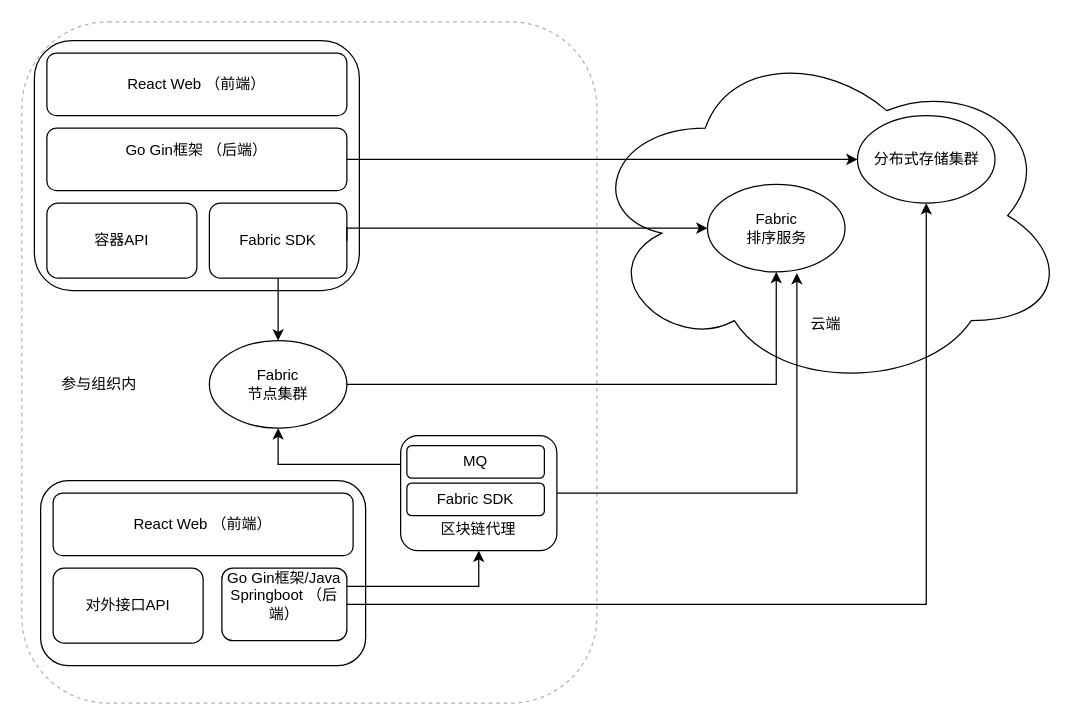
Earlier version of the draw.io diagram repository/drawio/Untitled Diagram.drawio (dilide/collections). Source tidied: cells renumbered, new cells numbered last; positions are measured from the earlier drawing's top-left corner, leaving out a move shared by most shapes. Both pictures are drawn from the tidied source at 125%, with x=0, y=0 at pixel (21, 21).
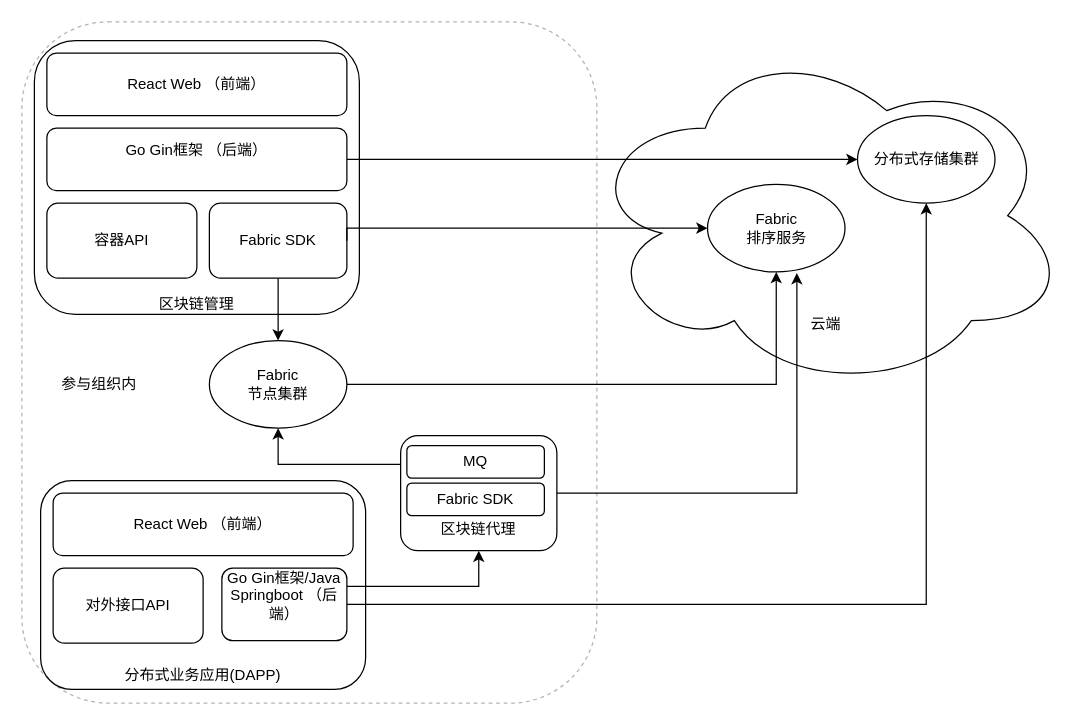
Above is the later version.

Change to the diagram source:
```diff
@@
-    <mxCell id="3" style="rounded=1;whiteSpace=wrap;html=1;" parent="1" vertex="1">
-      <mxGeometry x="10" y="15" width="260" height="200" as="geometry" />
+    <mxCell id="3" value="&lt;br&gt;&lt;br&gt;&lt;br&gt;&lt;br&gt;&lt;br&gt;&lt;br&gt;&lt;br&gt;&lt;br&gt;&lt;br&gt;&lt;br&gt;&lt;br&gt;&lt;br&gt;&lt;br&gt;&lt;br&gt;区块链管理&lt;br&gt;" style="rounded=1;whiteSpace=wrap;html=1;" parent="1" vertex="1">
+      <mxGeometry x="10" y="15" width="260" height="219" as="geometry" />
     </mxCell>
@@
-    <mxCell id="17" style="rounded=1;whiteSpace=wrap;html=1;" parent="1" vertex="1">
-      <mxGeometry x="15" y="367" width="260" height="148" as="geometry" />
+    <mxCell id="17" value="&lt;br&gt;&lt;br&gt;&lt;br&gt;&lt;br&gt;&lt;br&gt;&lt;br&gt;&lt;br&gt;&lt;br&gt;&lt;br&gt;&lt;br&gt;分布式业务应用(DAPP)&lt;br&gt;" style="rounded=1;whiteSpace=wrap;html=1;" parent="1" vertex="1">
+      <mxGeometry x="15" y="367" width="260" height="167" as="geometry" />
     </mxCell>
```
